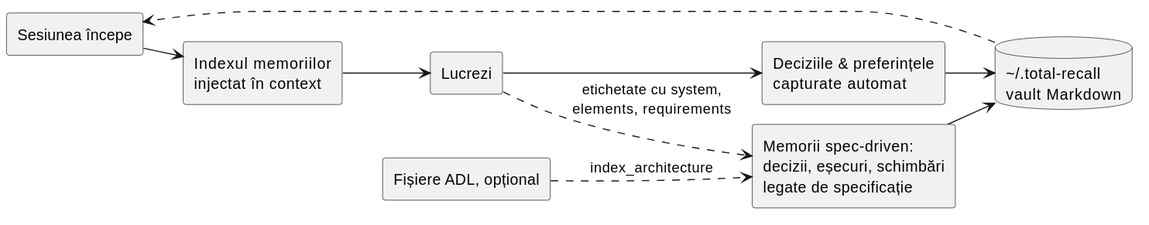
The PlantUML diagram docs/diagrams/session-loop-ro.svg in adrian-balaban/total-recall, before a commit.
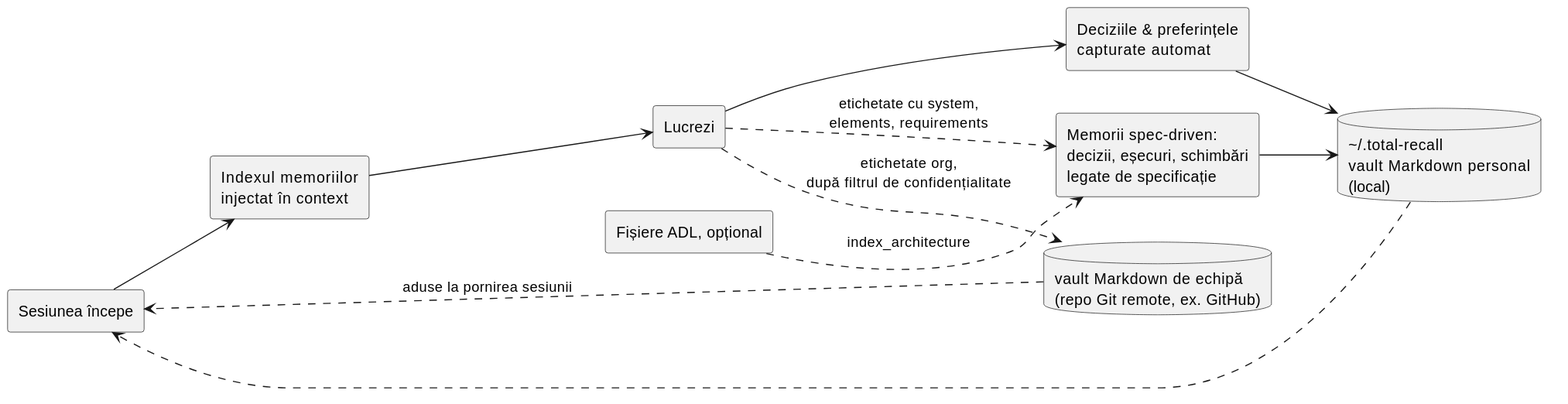
Above is the later version.

Diff of the diagram source:
```diff
@@ -1,5 +1,4 @@
 @startuml
-!pragma layout smetana
 left to right direction
 skinparam shadowing false
 skinparam defaultFontName Helvetica
@@ -8,7 +7,8 @@
 rectangle "Indexul memoriilor\ninjectat în context" as B
 rectangle "Lucrezi" as C
 rectangle "Deciziile & preferințele\ncapturate automat" as D
-database "<U+007E>/.total-recall\nvault Markdown" as E
+database "<U+007E>/.total-recall\nvault Markdown personal\n(local)" as E
+database "vault Markdown de echipă\n(repo Git remote, ex. GitHub)" as R
 rectangle "Memorii spec-driven:\ndecizii, eșecuri, schimbări\nlegate de specificație" as G
 rectangle "Fișiere ADL, opțional" as Hh
 A --> B
@@ -18,5 +18,7 @@
 E ..> A
 C ..> G : etichetate cu system,\nelements, requirements
 G --> E
+C ..> R : etichetate org,\ndupă filtrul de confidențialitate
+R ..> A : aduse la pornirea sesiunii
 Hh ..> G : index_architecture
 @enduml
```
